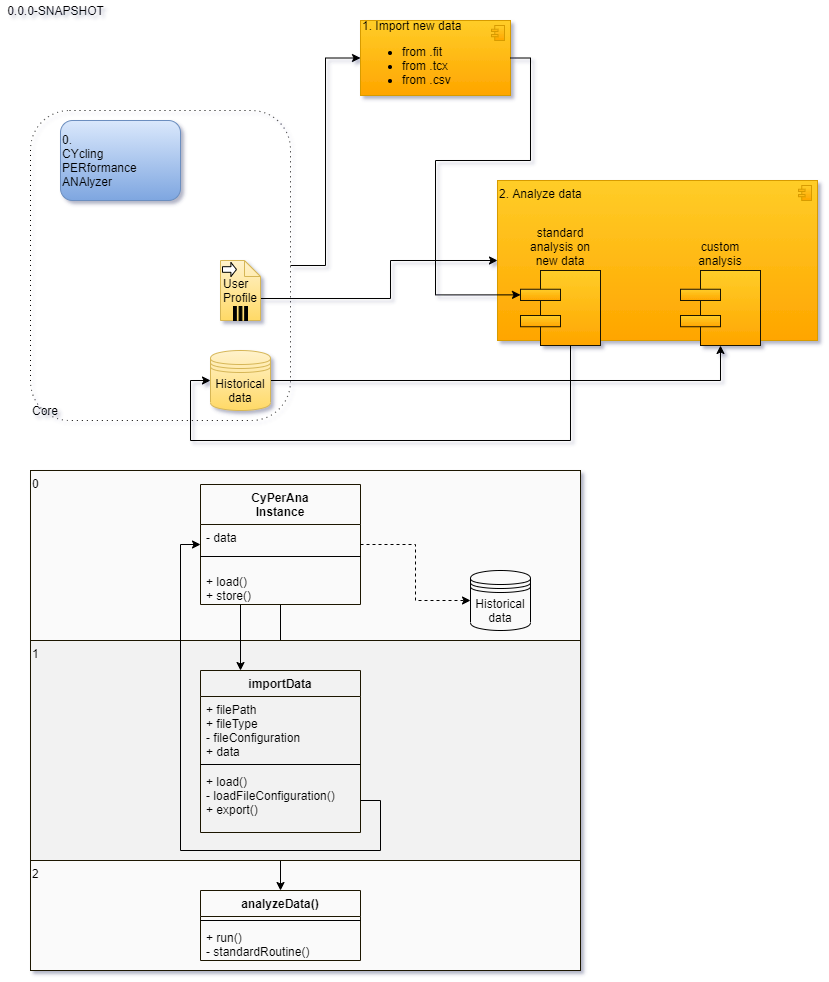
This is architecture.png from stefano-v37/cyperana, a draw.io export, as it was before one commit. Source tidied: cells renumbered, new cells last; positions are measured from the earlier drawing's top-left corner, leaving out a move shared by most shapes.
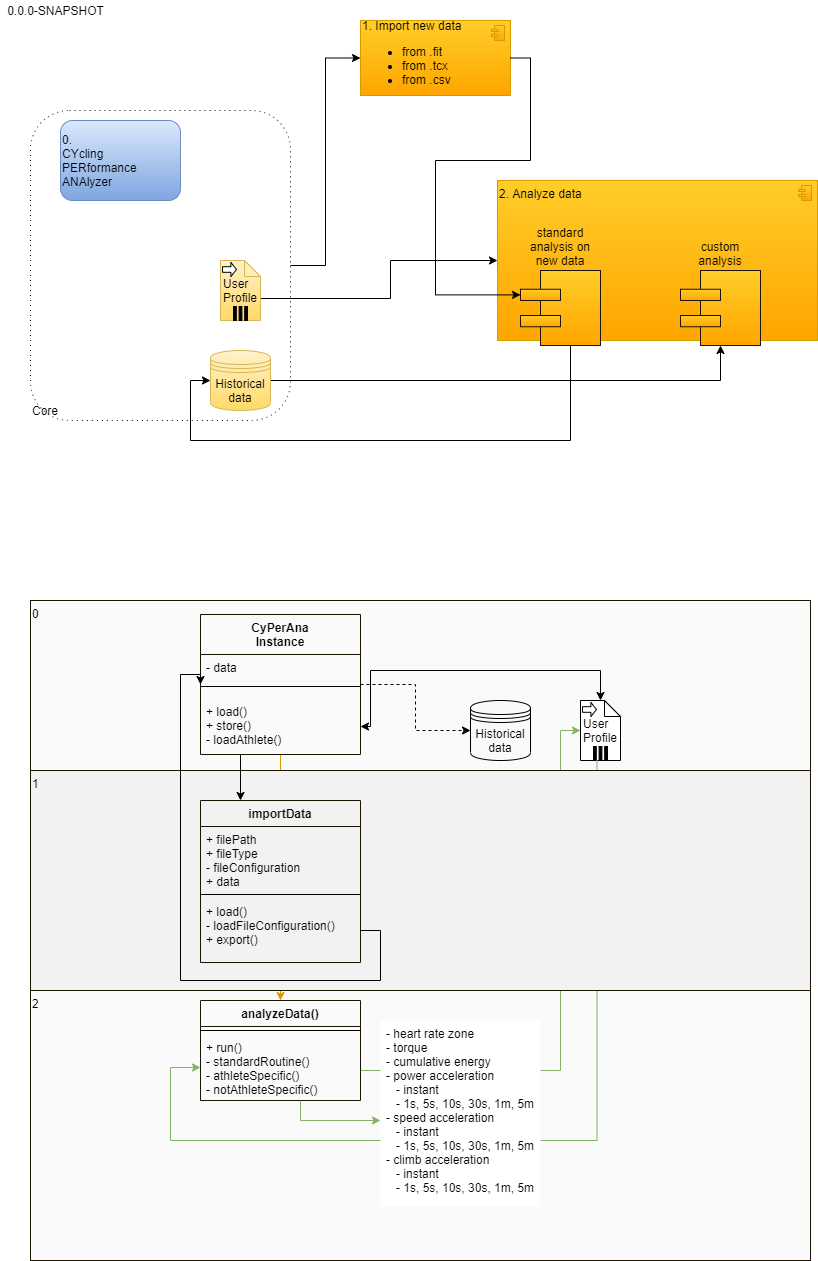
After the commit.

Commit message:
updated architecture installed pyYaml changed configuration initialized utilities.py

What changed in the source:
```diff
@@ -3,10 +3,10 @@
     <mxCell id="0" />
     <mxCell id="1" parent="0" />
     <mxCell id="2" value="0" style="whiteSpace=wrap;html=1;strokeColor=#1C1400;align=left;fillColor=#FAFAFA;verticalAlign=top;" parent="1" vertex="1">
-      <mxGeometry x="30" y="470" width="550" height="170" as="geometry" />
+      <mxGeometry x="30" y="600" width="780" height="170" as="geometry" />
     </mxCell>
     <mxCell id="3" value="2" style="whiteSpace=wrap;html=1;strokeColor=#1C1400;align=left;fillColor=#FAFAFA;verticalAlign=top;" parent="1" vertex="1">
-      <mxGeometry x="30" y="860" width="550" height="110" as="geometry" />
+      <mxGeometry x="30" y="990" width="780" height="270" as="geometry" />
     </mxCell>
     <mxCell id="4" style="edgeStyle=orthogonalEdgeStyle;rounded=0;jettySize=auto;html=1;entryX=0;entryY=0.5;entryDx=0;entryDy=0;entryPerimeter=0;" parent="1" edge="1" source="5" target="13">
       <mxGeometry relative="1" as="geometry" />
@@ -79,23 +79,31 @@
         </Array>
       </mxGeometry>
     </mxCell>
+    <mxCell id="37" style="edgeStyle=orthogonalEdgeStyle;rounded=0;jettySize=auto;html=1;entryX=0;entryY=0.5;entryDx=0;entryDy=0;entryPerimeter=0;fillColor=#d5e8d4;strokeColor=#82b366;" parent="1" edge="1" source="19" target="39">
+      <mxGeometry relative="1" as="geometry">
+        <Array as="points">
+          <mxPoint x="560" y="1070" />
+          <mxPoint x="560" y="730" />
+        </Array>
+      </mxGeometry>
+    </mxCell>
     <mxCell id="19" value="analyzeData()" style="swimlane;fontStyle=1;align=center;verticalAlign=top;horizontal=1;startSize=26;strokeColor=#1C1400;fillColor=none;" parent="1" vertex="1">
-      <mxGeometry x="200" y="890" width="160" height="70" as="geometry" />
+      <mxGeometry x="200" y="1000" width="160" height="100" as="geometry" />
     </mxCell>
     <mxCell id="20" style="line;strokeWidth=1;fillColor=none;align=left;verticalAlign=middle;spacingTop=-1;spacingLeft=3;spacingRight=3;labelPosition=right;" parent="19" vertex="1">
       <mxGeometry y="26" width="160" height="8" as="geometry" />
     </mxCell>
-    <mxCell id="21" value="+ run()&#10;- standardRoutine()" style="text;strokeColor=none;fillColor=none;align=left;verticalAlign=top;spacingLeft=4;spacingRight=4;overflow=hidden;points=[[0,0.5],[1,0.5]];portConstraint=eastwest;" parent="19" vertex="1">
-      <mxGeometry y="34" width="160" height="36" as="geometry" />
+    <mxCell id="21" value="+ run()&#10;- standardRoutine()&#10;- athleteSpecific()&#10;- notAthleteSpecific()" style="text;strokeColor=none;fillColor=none;align=left;verticalAlign=top;spacingLeft=4;spacingRight=4;overflow=hidden;points=[[0,0.5],[1,0.5]];portConstraint=eastwest;" parent="19" vertex="1">
+      <mxGeometry y="34" width="160" height="66" as="geometry" />
     </mxCell>
     <mxCell id="22" value="Historical data" style="shape=datastore;whiteSpace=wrap;html=1;fillColor=none;" parent="1" vertex="1">
-      <mxGeometry x="470" y="570" width="60" height="60" as="geometry" />
+      <mxGeometry x="470" y="700" width="60" height="60" as="geometry" />
     </mxCell>
-    <mxCell id="23" style="edgeStyle=orthogonalEdgeStyle;rounded=0;jettySize=auto;html=1;strokeColor=#000000;noJump=1;entryX=0.5;entryY=0;entryDx=0;entryDy=0;exitX=0.5;exitY=1;exitDx=0;exitDy=0;" parent="1" edge="1" source="24" target="19">
+    <mxCell id="23" style="edgeStyle=orthogonalEdgeStyle;rounded=0;jettySize=auto;html=1;strokeColor=#d79b00;noJump=1;entryX=0.5;entryY=0;entryDx=0;entryDy=0;exitX=0.5;exitY=1;exitDx=0;exitDy=0;fillColor=#ffe6cc;" parent="1" edge="1" source="24" target="19">
       <mxGeometry relative="1" as="geometry" />
     </mxCell>
     <mxCell id="24" value="CyPerAna&#10;Instance" style="swimlane;fontStyle=1;align=center;verticalAlign=top;horizontal=1;startSize=40;strokeColor=#1C1400;fillColor=none;" parent="1" vertex="1">
-      <mxGeometry x="200" y="484" width="160" height="120" as="geometry" />
+      <mxGeometry x="200" y="614" width="160" height="140" as="geometry" />
     </mxCell>
     <mxCell id="25" value="- data" style="text;strokeColor=none;fillColor=none;align=left;verticalAlign=top;spacingLeft=4;spacingRight=4;overflow=hidden;" parent="24" vertex="1">
       <mxGeometry y="40" width="160" height="20" as="geometry" />
@@ -103,17 +111,51 @@
     <mxCell id="26" style="line;strokeWidth=1;fillColor=none;align=left;verticalAlign=middle;spacingTop=-1;spacingLeft=3;spacingRight=3;labelPosition=right;" parent="24" vertex="1">
       <mxGeometry y="60" width="160" height="24" as="geometry" />
     </mxCell>
-    <mxCell id="27" value="+ load()&#10;+ store()" style="text;strokeColor=none;fillColor=none;align=left;verticalAlign=top;spacingLeft=4;spacingRight=4;overflow=hidden;points=[[0,0.5],[1,0.5]];portConstraint=eastwest;" parent="24" vertex="1">
-      <mxGeometry y="84" width="160" height="36" as="geometry" />
+    <mxCell id="27" value="+ load()&#10;+ store()&#10;- loadAthlete()" style="text;strokeColor=none;fillColor=none;align=left;verticalAlign=top;spacingLeft=4;spacingRight=4;overflow=hidden;points=[[0,0.5],[1,0.5]];portConstraint=eastwest;" parent="24" vertex="1">
+      <mxGeometry y="84" width="160" height="56" as="geometry" />
     </mxCell>
     <mxCell id="28" style="edgeStyle=orthogonalEdgeStyle;rounded=0;jettySize=auto;html=1;exitX=1;exitY=0.5;exitDx=0;exitDy=0;entryX=0;entryY=0.5;entryDx=0;entryDy=0;dashed=1;" parent="1" edge="1" source="24" target="22">
       <mxGeometry relative="1" as="geometry" />
     </mxCell>
+    <mxCell id="36" value="0.0.0-SNAPSHOT" style="text;html=1;align=center;verticalAlign=middle;" parent="1" vertex="1">
+      <mxGeometry width="110" height="20" as="geometry" />
+    </mxCell>
+    <mxCell id="38" style="edgeStyle=orthogonalEdgeStyle;rounded=0;jettySize=auto;html=1;entryX=1;entryY=0.5;entryDx=0;entryDy=0;startArrow=classic;startFill=1;" parent="1" edge="1" source="39" target="27">
+      <mxGeometry relative="1" as="geometry">
+        <Array as="points">
+          <mxPoint x="600" y="670" />
+          <mxPoint x="370" y="670" />
+          <mxPoint x="370" y="726" />
+        </Array>
+      </mxGeometry>
+    </mxCell>
+    <mxCell id="39" value="&lt;div style=&quot;text-align: left&quot;&gt;&lt;span&gt;User&lt;/span&gt;&lt;/div&gt;&lt;div style=&quot;text-align: left&quot;&gt;&lt;span&gt;Profile&lt;/span&gt;&lt;/div&gt;" style="shape=note;whiteSpace=wrap;size=16;html=1;" parent="1" vertex="1">
+      <mxGeometry x="580" y="700" width="40" height="60" as="geometry" />
+    </mxCell>
+    <mxCell id="40" style="html=1;shape=singleArrow;arrowWidth=0.4;arrowSize=0.4;" parent="39" vertex="1">
+      <mxGeometry width="14" height="14" relative="1" as="geometry">
+        <mxPoint x="2" y="2" as="offset" />
+      </mxGeometry>
+    </mxCell>
+    <mxCell id="41" style="html=1;whiteSpace=wrap;shape=parallelMarker;outlineConnect=0;" parent="39" vertex="1">
+      <mxGeometry x="0.5" y="1" width="14" height="14" relative="1" as="geometry">
+        <mxPoint x="-7" y="-14" as="offset" />
+      </mxGeometry>
+    </mxCell>
+    <mxCell id="42" style="edgeStyle=orthogonalEdgeStyle;rounded=0;jettySize=auto;html=1;exitX=0.25;exitY=1;exitDx=0;exitDy=0;entryX=0;entryY=0.5;entryDx=0;entryDy=0;fillColor=#d5e8d4;strokeColor=#82b366;" parent="39" edge="1" source="41" target="21">
+      <mxGeometry relative="1" as="geometry">
+        <Array as="points">
+          <mxPoint x="17" y="440" />
+          <mxPoint x="-410" y="440" />
+          <mxPoint x="-410" y="367" />
+        </Array>
+      </mxGeometry>
+    </mxCell>
     <mxCell id="29" value="1" style="whiteSpace=wrap;html=1;strokeColor=#1C1400;align=left;fillColor=#F2F2F2;verticalAlign=top;" parent="1" vertex="1">
-      <mxGeometry x="30" y="640" width="550" height="220" as="geometry" />
+      <mxGeometry x="30" y="770" width="780" height="220" as="geometry" />
     </mxCell>
     <mxCell id="30" value="importData" style="swimlane;fontStyle=1;align=center;verticalAlign=top;horizontal=1;startSize=26;strokeColor=#1C1400;fillColor=none;" parent="1" vertex="1">
-      <mxGeometry x="200" y="670" width="160" height="162" as="geometry" />
+      <mxGeometry x="200" y="800" width="160" height="162" as="geometry" />
     </mxCell>
     <mxCell id="31" value="+ filePath&#10;+ fileType&#10;- fileConfiguration&#10;+ data" style="text;strokeColor=none;fillColor=none;align=left;verticalAlign=top;spacingLeft=4;spacingRight=4;overflow=hidden;" parent="30" vertex="1">
       <mxGeometry y="26" width="160" height="64" as="geometry" />
@@ -127,18 +169,25 @@
     <mxCell id="34" style="edgeStyle=orthogonalEdgeStyle;rounded=0;jettySize=auto;html=1;exitX=1;exitY=0.5;exitDx=0;exitDy=0;entryX=0;entryY=0.5;entryDx=0;entryDy=0;" parent="1" edge="1" source="33" target="24">
       <mxGeometry relative="1" as="geometry">
         <Array as="points">
-          <mxPoint x="380" y="800" />
-          <mxPoint x="380" y="850" />
-          <mxPoint x="180" y="850" />
-          <mxPoint x="180" y="544" />
+          <mxPoint x="380" y="930" />
+          <mxPoint x="380" y="980" />
+          <mxPoint x="180" y="980" />
+          <mxPoint x="180" y="674" />
         </Array>
       </mxGeometry>
     </mxCell>
     <mxCell id="35" style="edgeStyle=orthogonalEdgeStyle;rounded=0;jettySize=auto;html=1;exitX=0.25;exitY=1;exitDx=0;exitDy=0;entryX=0.25;entryY=0;entryDx=0;entryDy=0;" parent="1" edge="1" source="24" target="30">
       <mxGeometry relative="1" as="geometry" />
     </mxCell>
-    <mxCell id="36" value="0.0.0-SNAPSHOT" style="text;html=1;align=center;verticalAlign=middle;" parent="1" vertex="1">
-      <mxGeometry width="110" height="20" as="geometry" />
-    </mxCell>
+    <mxCell id="43" value="- heart rate zone&#10;- torque&#10;- cumulative energy&#10;- power acceleration&#10;   - instant&#10;   - 1s, 5s, 10s, 30s, 1m, 5m&#10;- speed acceleration&#10;   - instant&#10;   - 1s, 5s, 10s, 30s, 1m, 5m&#10;- climb acceleration&#10;   - instant&#10;   - 1s, 5s, 10s, 30s, 1m, 5m&#10;&#10;&#10;" style="text;strokeColor=none;align=left;verticalAlign=top;spacingLeft=4;spacingRight=4;overflow=hidden;points=[[0,0.5],[1,0.5]];portConstraint=eastwest;fillColor=#ffffff;" parent="1" vertex="1">
+      <mxGeometry x="380" y="1020" width="160" height="186" as="geometry" />
+    </mxCell>
+    <mxCell id="44" style="edgeStyle=orthogonalEdgeStyle;rounded=0;jettySize=auto;html=1;exitX=0.625;exitY=1;exitDx=0;exitDy=0;fillColor=#d5e8d4;strokeColor=#82b366;exitPerimeter=0;" parent="1" edge="1" source="21" target="43">
+      <mxGeometry relative="1" as="geometry">
+        <Array as="points">
+          <mxPoint x="300" y="1120" />
+        </Array>
+      </mxGeometry>
+    </mxCell>
   </root>
 </mxGraphModel>
```
